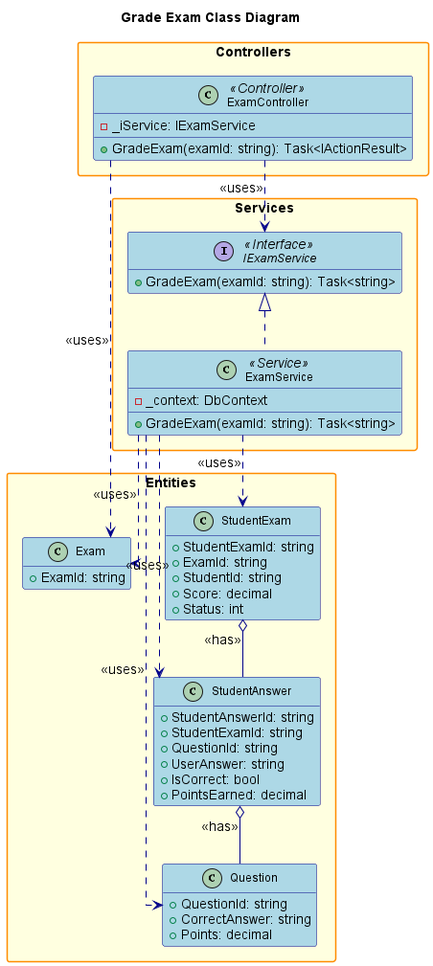
Above: design/out/gradeexam/gradeexam.png in conghoan1211/AI-Kiosk-Testing-system (PlantUML), before the change. The source it was exported from:
```plantuml
@startuml

title Grade Exam Class Diagram

hide empty members
skinparam packageStyle rectangle
skinparam linetype ortho
skinparam defaultFontSize 14
skinparam defaultFontName Arial
skinparam classFontSize 12
skinparam classFontName Arial
skinparam noteFontSize 11
skinparam noteFontName Arial

skinparam class {
    BackgroundColor LightBlue
    BorderColor DarkBlue
    ArrowColor DarkBlue
    FontSize 12
}

skinparam package {
    BackgroundColor LightYellow
    BorderColor DarkOrange
    FontSize 14
    FontStyle bold
}

skinparam interface {
    BackgroundColor LightGreen
    BorderColor DarkGreen
    FontSize 12
}

skinparam enum {
    BackgroundColor LightCyan
    BorderColor DarkCyan
    FontSize 12
}

package "Controllers" {
    class ExamController <<Controller>> {
        - _iService: IExamService
        + GradeExam(examId: string): Task<IActionResult>
    }
}

package "Services" {
    interface IExamService <<Interface>> {
        + GradeExam(examId: string): Task<string>
    }
    class ExamService <<Service>> {
        - _context: DbContext
        + GradeExam(examId: string): Task<string>
    }
}

package "Entities" {
    class Exam {
        + ExamId: string
    }
    class StudentExam {
        + StudentExamId: string
        + ExamId: string
        + StudentId: string
        + Score: decimal
        + Status: int
    }
    class StudentAnswer {
        + StudentAnswerId: string
        + StudentExamId: string
        + QuestionId: string
        + UserAnswer: string
        + IsCorrect: bool
        + PointsEarned: decimal
    }
    class Question {
        + QuestionId: string
        + CorrectAnswer: string
        + Points: decimal
    }
}

ExamController ..> IExamService : <<uses>>
IExamService <|.. ExamService
ExamController ..> Exam : <<uses>>
ExamService ..> Exam : <<uses>>
ExamService ..> StudentExam : <<uses>>
ExamService ..> StudentAnswer : <<uses>>
ExamService ..> Question : <<uses>>
StudentExam o-- StudentAnswer : <<has>>
StudentAnswer o-- Question : <<has>>

@enduml
```
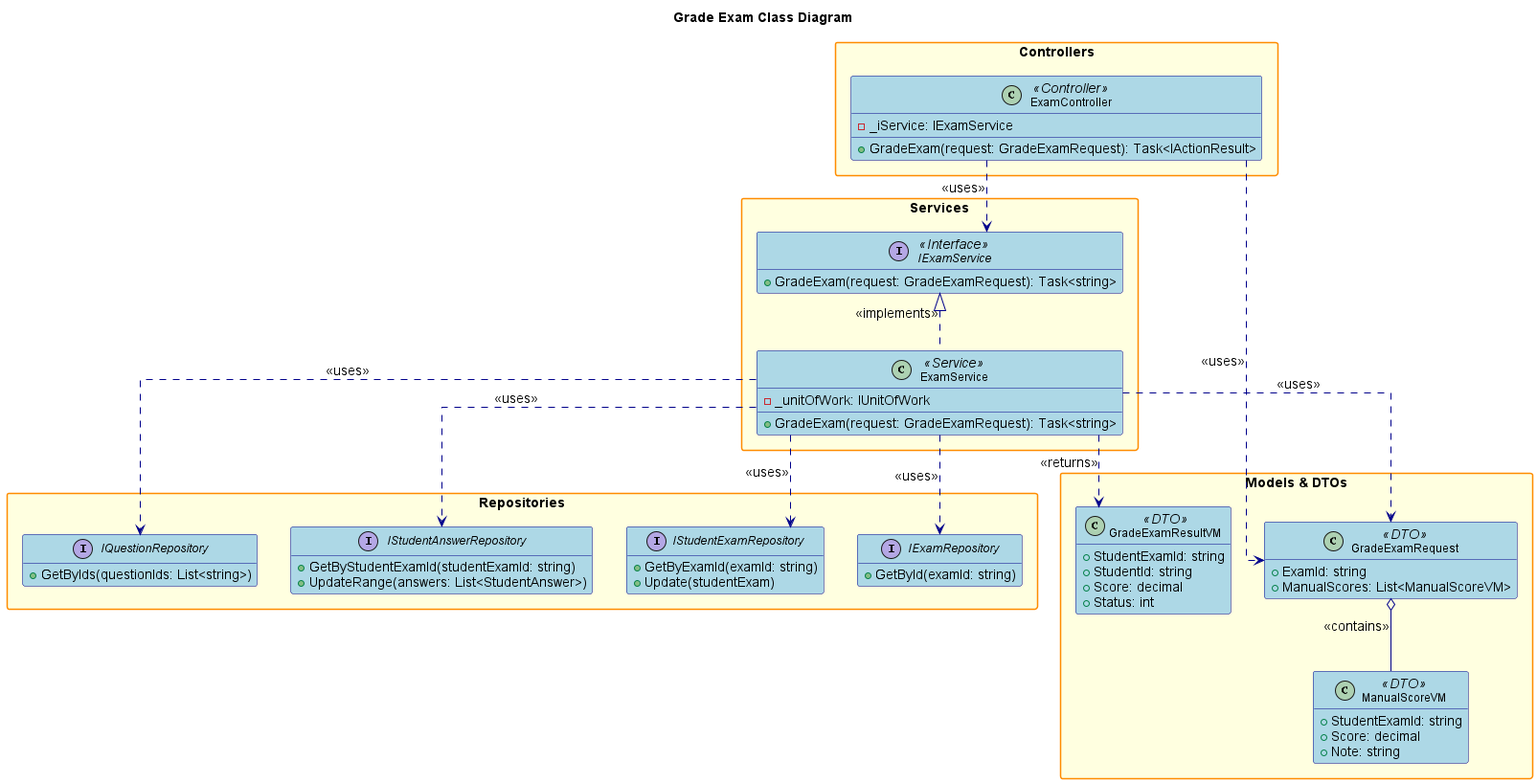
After the commit.

Change to the diagram source:
```diff
@@ -1,6 +1,4 @@
 @startuml
-
-title Grade Exam Class Diagram
 
 hide empty members
 skinparam packageStyle rectangle
@@ -25,70 +23,75 @@
     FontSize 14
     FontStyle bold
 }
-
 skinparam interface {
     BackgroundColor LightGreen
     BorderColor DarkGreen
     FontSize 12
 }
 
-skinparam enum {
-    BackgroundColor LightCyan
-    BorderColor DarkCyan
-    FontSize 12
-}
+title Grade Exam Class Diagram
 
 package "Controllers" {
     class ExamController <<Controller>> {
         - _iService: IExamService
-        + GradeExam(examId: string): Task<IActionResult>
+        + GradeExam(request: GradeExamRequest): Task<IActionResult>
     }
 }
 
 package "Services" {
     interface IExamService <<Interface>> {
-        + GradeExam(examId: string): Task<string>
+        + GradeExam(request: GradeExamRequest): Task<string>
     }
     class ExamService <<Service>> {
-        - _context: DbContext
-        + GradeExam(examId: string): Task<string>
+        - _unitOfWork: IUnitOfWork
+        + GradeExam(request: GradeExamRequest): Task<string>
     }
 }
 
-package "Entities" {
-    class Exam {
+package "Repositories" {
+    interface IExamRepository {
+        + GetById(examId: string)
+    }
+    interface IStudentExamRepository {
+        + GetByExamId(examId: string)
+        + Update(studentExam)
+    }
+    interface IStudentAnswerRepository {
+        + GetByStudentExamId(studentExamId: string)
+        + UpdateRange(answers: List<StudentAnswer>)
+    }
+    interface IQuestionRepository {
+        + GetByIds(questionIds: List<string>)
+    }
+}
+
+package "Models & DTOs" {
+    class GradeExamRequest <<DTO>> {
         + ExamId: string
+        + ManualScores: List<ManualScoreVM>
     }
-    class StudentExam {
+    class ManualScoreVM <<DTO>> {
         + StudentExamId: string
-        + ExamId: string
+        + Score: decimal
+        + Note: string
+    }
+    class GradeExamResultVM <<DTO>> {
+        + StudentExamId: string
         + StudentId: string
         + Score: decimal
         + Status: int
     }
-    class StudentAnswer {
-        + StudentAnswerId: string
-        + StudentExamId: string
-        + QuestionId: string
-        + UserAnswer: string
-        + IsCorrect: bool
-        + PointsEarned: decimal
-    }
-    class Question {
-        + QuestionId: string
-        + CorrectAnswer: string
-        + Points: decimal
-    }
 }
 
 ExamController ..> IExamService : <<uses>>
-IExamService <|.. ExamService
-ExamController ..> Exam : <<uses>>
-ExamService ..> Exam : <<uses>>
-ExamService ..> StudentExam : <<uses>>
-ExamService ..> StudentAnswer : <<uses>>
-ExamService ..> Question : <<uses>>
-StudentExam o-- StudentAnswer : <<has>>
-StudentAnswer o-- Question : <<has>>
+ExamController ..> GradeExamRequest : <<uses>>
+IExamService <|.. ExamService : <<implements>>
+ExamService ..> GradeExamRequest : <<uses>>
+ExamService ..> IExamRepository : <<uses>>
+ExamService ..> IStudentExamRepository : <<uses>>
+ExamService ..> IStudentAnswerRepository : <<uses>>
+ExamService ..> IQuestionRepository : <<uses>>
+ExamService ..> GradeExamResultVM : <<returns>>
+GradeExamRequest o-- ManualScoreVM : <<contains>>
 
 @enduml
```
